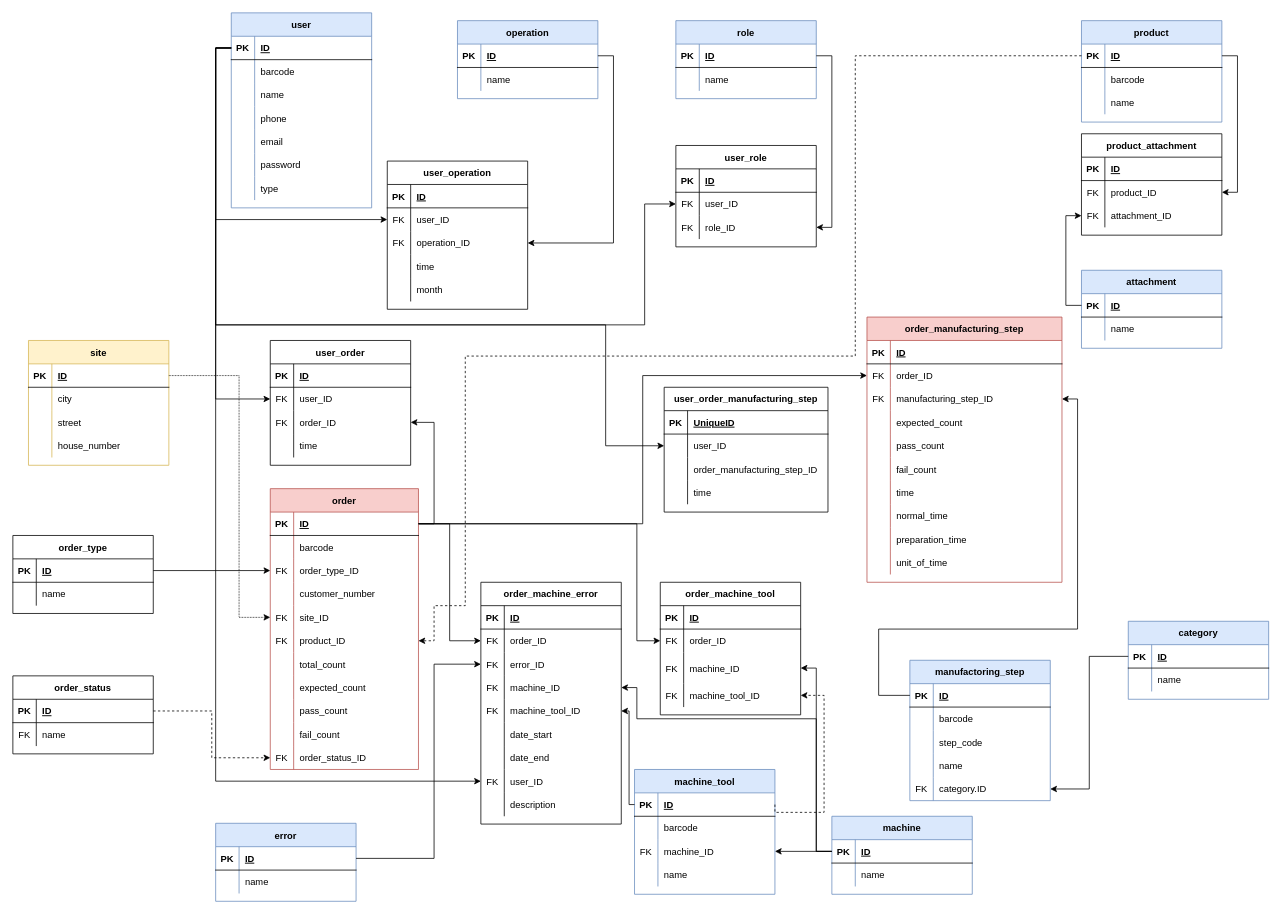
Earlier version of the draw.io diagram DOC/diagrams/database_plan_2_0_0.drawio (KerteszZoltan/mesterminal). Source tidied: cells renumbered, new cells numbered last; positions are measured from the earlier drawing's top-left corner, leaving out a move shared by most shapes. Both pictures are drawn from the tidied source at 78%, with x=0, y=0 at pixel (12, 12).
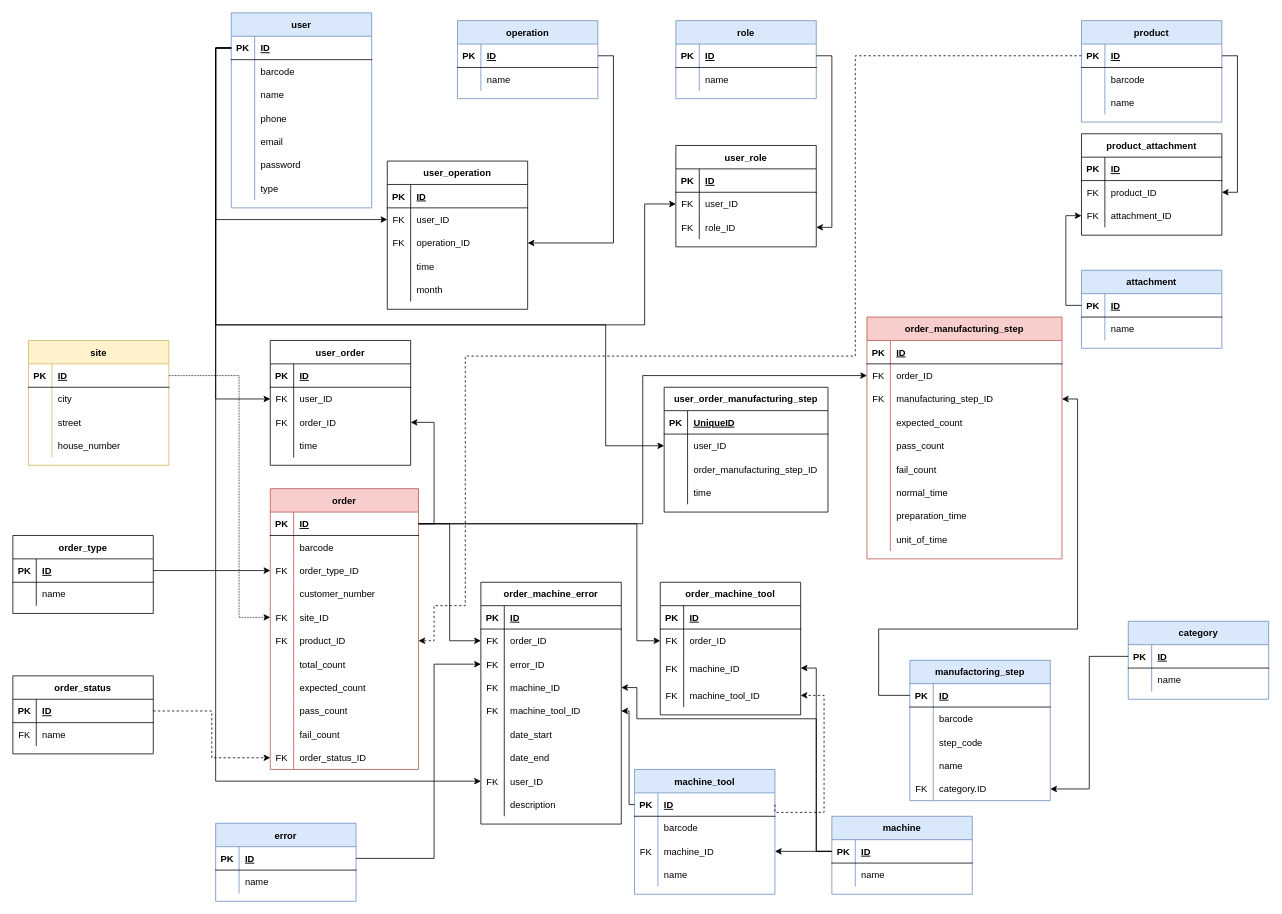
After the change.

Commit message:
time remove from order_manufacturing_step

The edit, as a diff of the source:
```diff
@@
     <mxCell id="248" value="order_manufacturing_step" style="shape=table;startSize=30;childLayout=tableLayout;rowLines=0;fontStyle=1;align=center;fillColor=#f8cecc;strokeColor=#b85450;" parent="1" vertex="1">
-      <mxGeometry x="1095" y="390" width="250" height="340" as="geometry" />
+      <mxGeometry x="1095" y="390" width="250" height="310" as="geometry" />
     </mxCell>
@@
-    <mxCell id="267" style="shape=partialRectangle;fillColor=none;top=0;left=0;bottom=0;right=0;" parent="248" vertex="1">
-      <mxGeometry y="210" width="250" height="30" as="geometry" />
-    </mxCell>
-    <mxCell id="268" style="shape=partialRectangle;fillColor=none;top=0;left=0;bottom=0;right=0;overflow=hidden;" parent="267" vertex="1">
-      <mxGeometry width="30" height="30" as="geometry" />
-    </mxCell>
-    <mxCell id="269" value="time" style="shape=partialRectangle;fillColor=none;top=0;left=0;bottom=0;right=0;align=left;spacingLeft=6;overflow=hidden;" parent="267" vertex="1">
-      <mxGeometry x="30" width="220" height="30" as="geometry" />
-    </mxCell>
     <mxCell id="270" style="shape=partialRectangle;fillColor=none;top=0;left=0;bottom=0;right=0;" parent="248" vertex="1">
-      <mxGeometry y="240" width="250" height="30" as="geometry" />
+      <mxGeometry y="210" width="250" height="30" as="geometry" />
     </mxCell>
@@
     <mxCell id="273" style="shape=partialRectangle;fillColor=none;top=0;left=0;bottom=0;right=0;" parent="248" vertex="1">
-      <mxGeometry y="270" width="250" height="30" as="geometry" />
+      <mxGeometry y="240" width="250" height="30" as="geometry" />
     </mxCell>
@@
     <mxCell id="276" style="shape=partialRectangle;fillColor=none;top=0;left=0;bottom=0;right=0;" parent="248" vertex="1">
-      <mxGeometry y="300" width="250" height="30" as="geometry" />
+      <mxGeometry y="270" width="250" height="30" as="geometry" />
     </mxCell>
```
